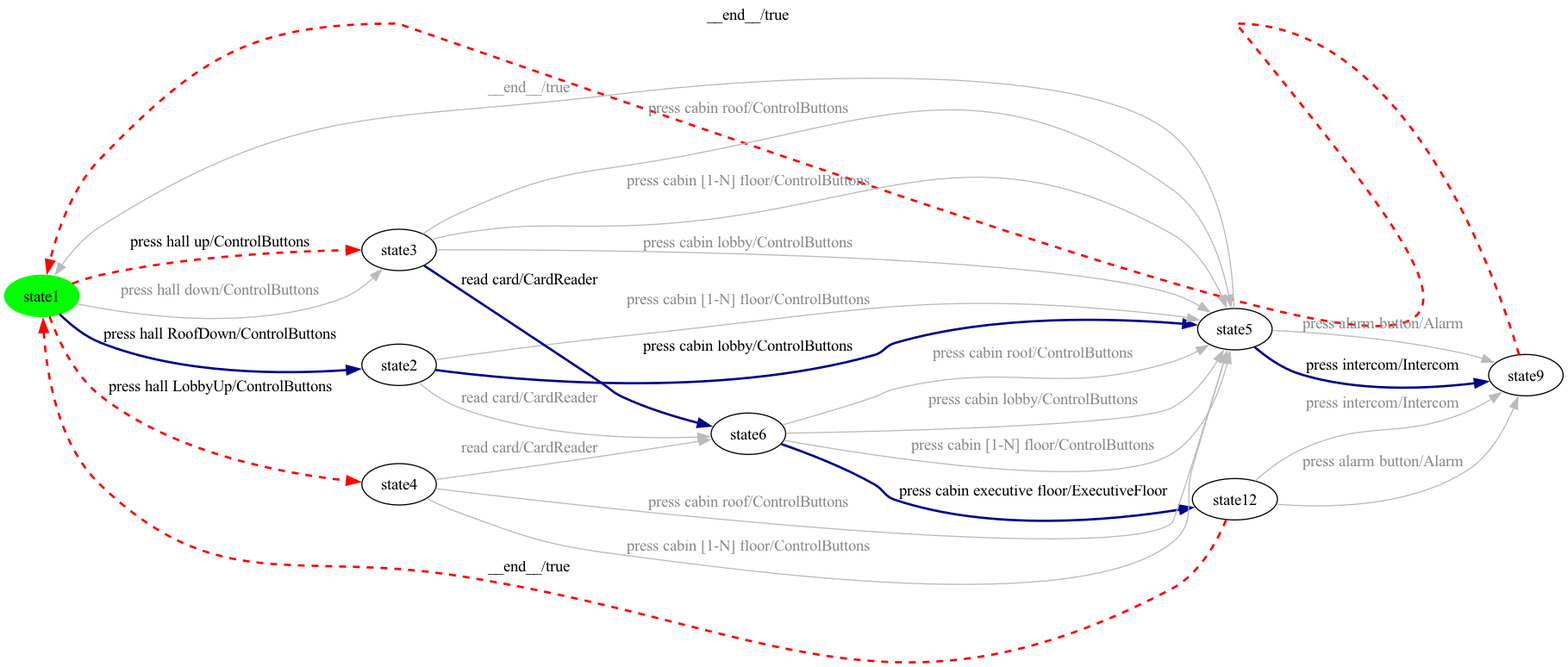
The Graphviz diagram milestone-reports/per-product-all-states/Elevator/Elevator-product14-walk.png in dilekozturk93/vibes, before a commit. Its source is kept beside it as milestone-reports/per-product-all-states/Elevator/Elevator-product14-walk.dot.
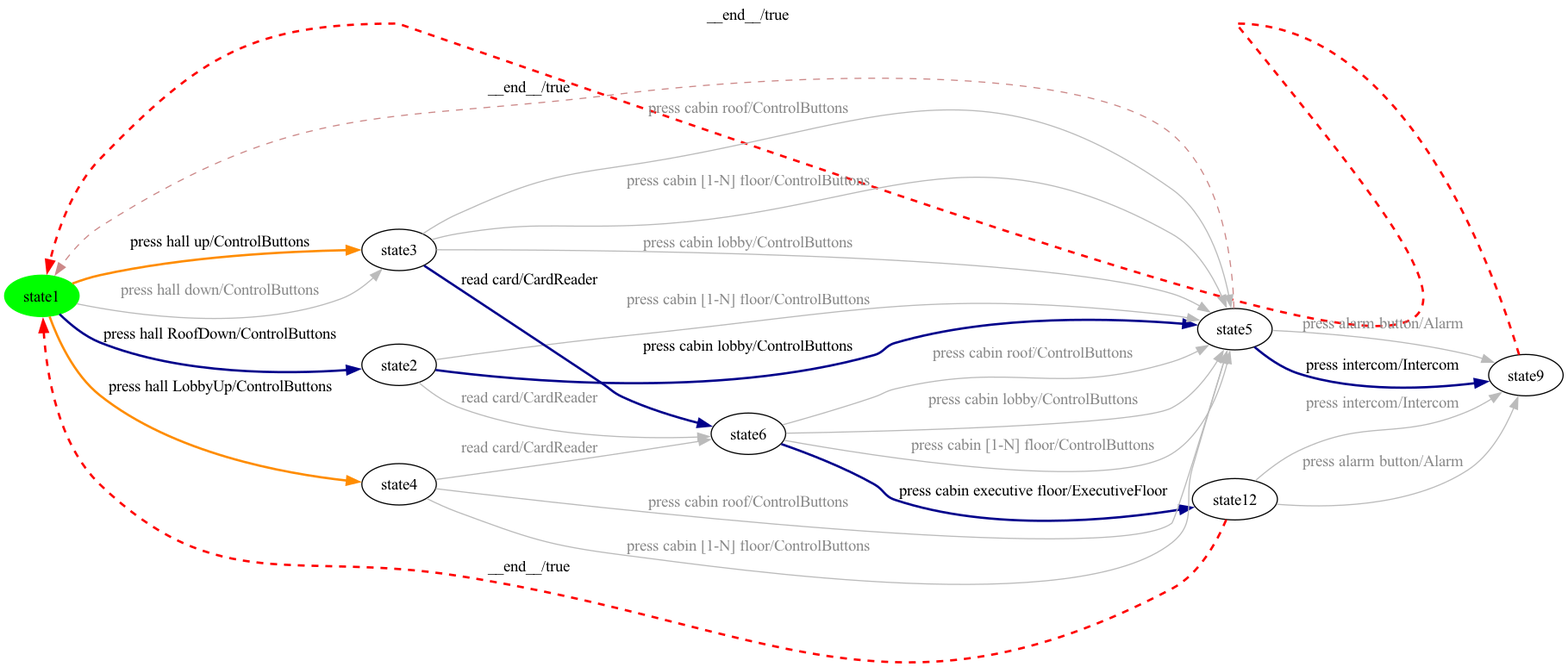
Above is the later version.

What changed in the source:
```diff
@@ -21,7 +21,7 @@
 state2 -> state3 [ label=" press cabin [1-N] floor/ControlButtons ", color="#bbbbbb", fontcolor="#888888" ];
 state2 -> state4 [ label=" press cabin executive floor/ExecutiveFloor ", style=bold, color=darkblue, penwidth=2 ];
 state1 -> state0 [ label=" __end__/true ", style=dashed, color=red, penwidth=2 ];
-state0 -> state7 [ label=" press hall up/ControlButtons ", style=dashed, color=red, penwidth=2 ];
+state0 -> state7 [ label=" press hall up/ControlButtons ", style=bold, color=darkorange, penwidth=2 ];
 state7 -> state2 [ label=" read card/CardReader ", style=bold, color=darkblue, penwidth=2 ];
 state5 -> state3 [ label=" press cabin [1-N] floor/ControlButtons ", color="#bbbbbb", fontcolor="#888888" ];
 state2 -> state3 [ label=" press cabin roof/ControlButtons ", color="#bbbbbb", fontcolor="#888888" ];
@@ -31,6 +31,6 @@
 state7 -> state3 [ label=" press cabin roof/ControlButtons ", color="#bbbbbb", fontcolor="#888888" ];
 state5 -> state2 [ label=" read card/CardReader ", color="#bbbbbb", fontcolor="#888888" ];
 state0 -> state7 [ label=" press hall down/ControlButtons ", color="#bbbbbb", fontcolor="#888888" ];
-state0 -> state6 [ label=" press hall LobbyUp/ControlButtons ", style=dashed, color=red, penwidth=2 ];
-state3 -> state0 [ label=" __end__/true ", color="#bbbbbb", fontcolor="#888888" ];
+state0 -> state6 [ label=" press hall LobbyUp/ControlButtons ", style=bold, color=darkorange, penwidth=2 ];
+state3 -> state0 [ label=" __end__/true ", style=dashed, color="#cc8888" ];
 }
```
